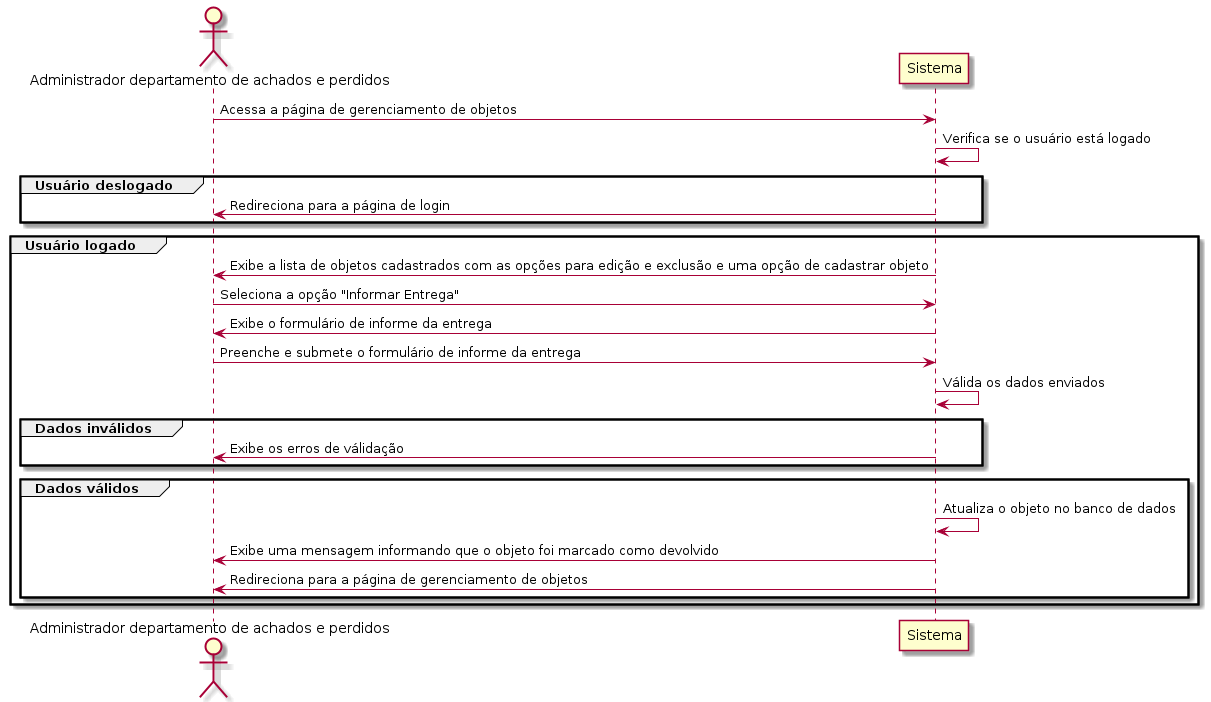
Earlier version of the PlantUML export out/casos-de-uso/administrador/RAP05/RAP05.png (treinaweb/desafio-achados-e-perdidos).
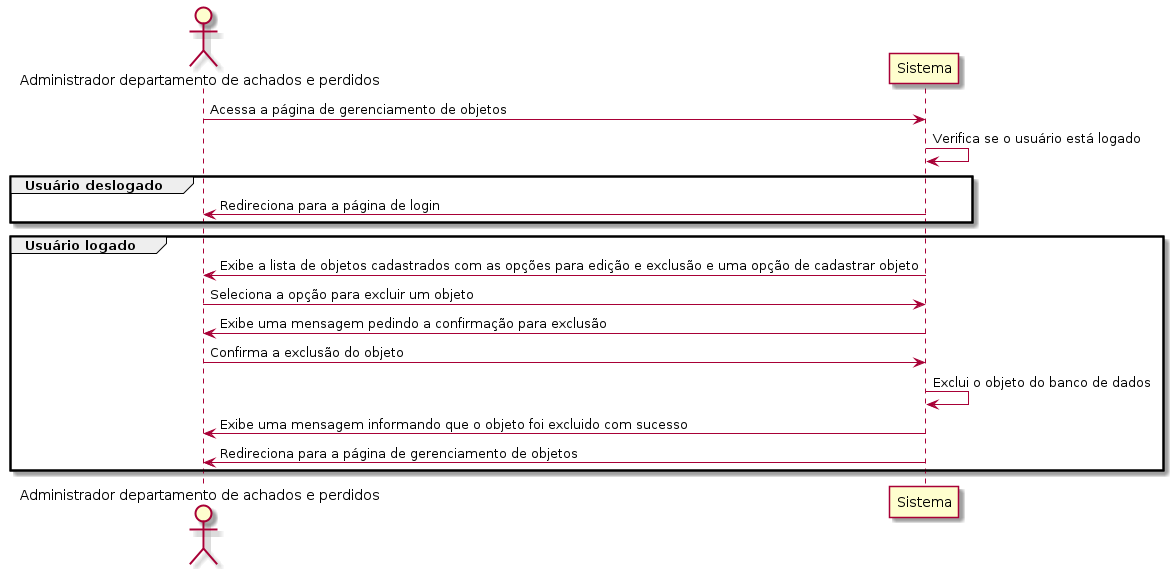
After the commit.

Commit message:
atualiza caso de uso RAP05

Change to the diagram source:
```diff
@@ -12,20 +12,12 @@
 
 group Usuário logado
   sistema -> admin: Exibe a lista de objetos cadastrados com as opções para edição e exclusão e uma opção de cadastrar objeto
-  admin -> sistema: Seleciona a opção "Informar Entrega"
-  sistema -> admin: Exibe o formulário de informe da entrega
-  admin -> sistema: Preenche e submete o formulário de informe da entrega
-  sistema -> sistema: Válida os dados enviados
-
-  group Dados inválidos
-    sistema -> admin: Exibe os erros de válidação
-  end
-
-  group Dados válidos
-    sistema -> sistema: Atualiza o objeto no banco de dados
-    sistema -> admin: Exibe uma mensagem informando que o objeto foi marcado como devolvido
-    sistema -> admin: Redireciona para a página de gerenciamento de objetos
-  end
+  admin -> sistema: Seleciona a opção para excluir um objeto
+  sistema -> admin: Exibe uma mensagem pedindo a confirmação para exclusão
+  admin -> sistema: Confirma a exclusão do objeto
+  sistema -> sistema: Exclui o objeto do banco de dados
+  sistema -> admin: Exibe uma mensagem informando que o objeto foi excluido com sucesso
+  sistema -> admin: Redireciona para a página de gerenciamento de objetos
 end
 
 @enduml
```
